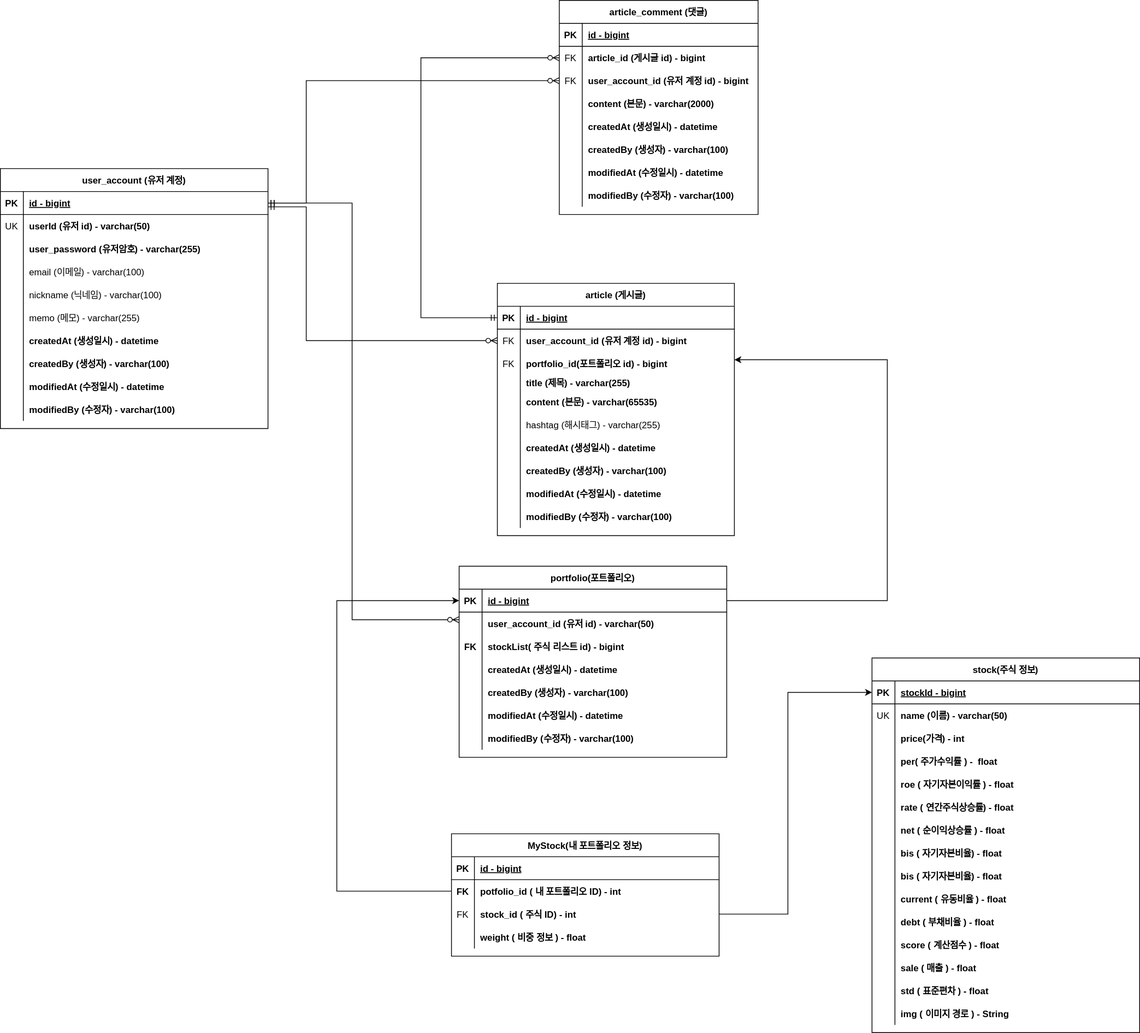
TeamJupoza/Jupoza keeps this draw.io diagram as document/jupoza-erd.svg. Above is the earlier version. Source tidied: cells renumbered, new cells last; positions are measured from the earlier drawing's top-left corner, leaving out a move shared by most shapes.
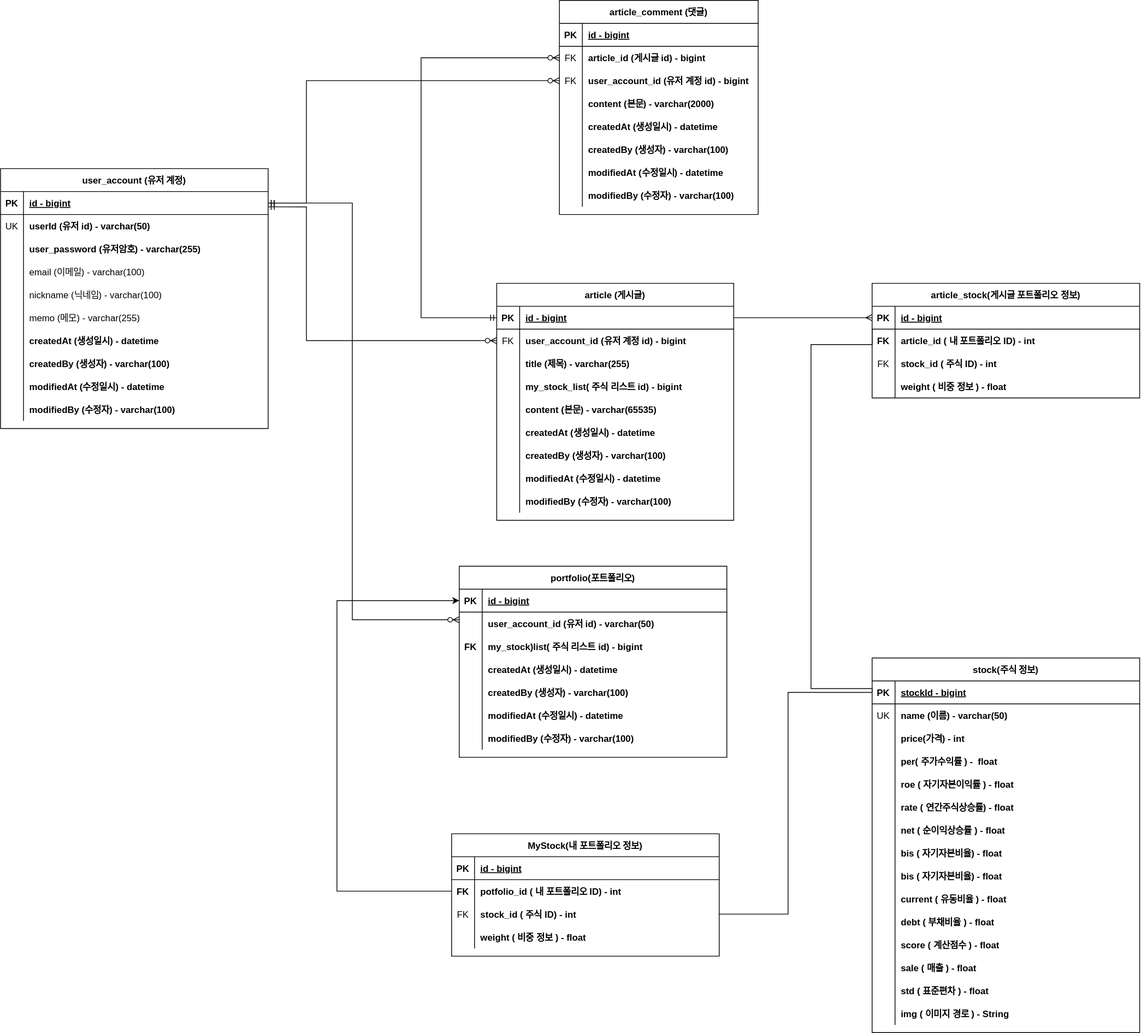
After the commit.

Commit message:
#44 - Article 기능에 필요한 도메인을 수정하고 erd에 반영

article 에 필요한 필드수정과
article에 stockList가 필요해 수정함

What changed in the source:
```diff
@@ -3,7 +3,7 @@
     <mxCell id="0" />
     <mxCell id="1" parent="0" />
     <mxCell id="2" value="article (게시글)" style="shape=table;startSize=30;rowLines=0;fontStyle=1;align=center;" parent="1" vertex="1">
-      <mxGeometry x="650" y="370" width="310" height="330" as="geometry" />
+      <mxGeometry x="649" y="370" width="310" height="310" as="geometry" />
     </mxCell>
     <mxCell id="3" style="shape=tableRow;horizontal=0;startSize=0;swimlaneHead=0;swimlaneBody=0;fillColor=none;points=[[0,0.5],[1,0.5]];portConstraint=eastwest;top=0;left=0;right=0;bottom=1;" parent="2" vertex="1">
       <mxGeometry y="30" width="310" height="30" as="geometry" />
@@ -23,26 +23,26 @@
     <mxCell id="8" value="user_account_id (유저 계정 id) - bigint" style="shape=partialRectangle;fillColor=none;top=0;left=0;bottom=0;right=0;align=left;spacingLeft=6;overflow=hidden;fontStyle=1;" parent="6" vertex="1">
       <mxGeometry x="30" width="280" height="30" as="geometry" />
     </mxCell>
-    <mxCell id="9" style="shape=tableRow;horizontal=0;startSize=0;swimlaneHead=0;swimlaneBody=0;fillColor=none;top=0;left=0;right=0;bottom=0;" parent="2" vertex="1">
-      <mxGeometry y="90" width="310" height="30" as="geometry" />
-    </mxCell>
-    <mxCell id="10" value="FK" style="shape=partialRectangle;fillColor=none;top=0;left=0;bottom=0;right=0;overflow=hidden;" parent="9" vertex="1">
-      <mxGeometry width="30" height="30" as="geometry" />
-    </mxCell>
-    <mxCell id="11" value="portfolio_id(포트폴리오 id) - bigint" style="shape=partialRectangle;fillColor=none;top=0;left=0;bottom=0;right=0;align=left;spacingLeft=6;overflow=hidden;fontStyle=1;" parent="9" vertex="1">
-      <mxGeometry x="30" width="280" height="30" as="geometry" />
-    </mxCell>
     <mxCell id="12" style="shape=tableRow;horizontal=0;startSize=0;swimlaneHead=0;swimlaneBody=0;fillColor=none;top=0;left=0;right=0;bottom=0;" parent="2" vertex="1">
-      <mxGeometry y="120" width="310" height="20" as="geometry" />
+      <mxGeometry y="90" width="310" height="30" as="geometry" />
     </mxCell>
     <mxCell id="13" style="shape=partialRectangle;fillColor=none;top=0;left=0;bottom=0;right=0;overflow=hidden;" parent="12" vertex="1">
-      <mxGeometry width="30" height="20" as="geometry" />
+      <mxGeometry width="30" height="30" as="geometry" />
     </mxCell>
     <mxCell id="14" value="title (제목) - varchar(255)" style="shape=partialRectangle;fillColor=none;top=0;left=0;bottom=0;right=0;align=left;spacingLeft=6;overflow=hidden;fontStyle=1;" parent="12" vertex="1">
-      <mxGeometry x="30" width="280" height="20" as="geometry" />
+      <mxGeometry x="30" width="280" height="30" as="geometry" />
     </mxCell>
+    <mxCell id="177" style="shape=tableRow;horizontal=0;startSize=0;swimlaneHead=0;swimlaneBody=0;fillColor=none;top=0;left=0;right=0;bottom=0;" parent="2" vertex="1">
+      <mxGeometry y="120" width="310" height="30" as="geometry" />
+    </mxCell>
+    <mxCell id="178" style="shape=partialRectangle;fillColor=none;top=0;left=0;bottom=0;right=0;overflow=hidden;" parent="177" vertex="1">
+      <mxGeometry width="30" height="30" as="geometry" />
+    </mxCell>
+    <mxCell id="179" value="my_stock_list( 주식 리스트 id) - bigint" style="shape=partialRectangle;fillColor=none;top=0;left=0;bottom=0;right=0;align=left;spacingLeft=6;overflow=hidden;fontStyle=1;" parent="177" vertex="1">
+      <mxGeometry x="30" width="280" height="30" as="geometry" />
+    </mxCell>
     <mxCell id="15" style="shape=tableRow;horizontal=0;startSize=0;swimlaneHead=0;swimlaneBody=0;fillColor=none;top=0;left=0;right=0;bottom=0;" parent="2" vertex="1">
-      <mxGeometry y="140" width="310" height="30" as="geometry" />
+      <mxGeometry y="150" width="310" height="30" as="geometry" />
     </mxCell>
     <mxCell id="16" style="shape=partialRectangle;fillColor=none;top=0;left=0;bottom=0;right=0;overflow=hidden;" parent="15" vertex="1">
       <mxGeometry width="30" height="30" as="geometry" />
@@ -50,17 +50,8 @@
     <mxCell id="17" value="content (본문) - varchar(65535)" style="shape=partialRectangle;fillColor=none;top=0;left=0;bottom=0;right=0;align=left;spacingLeft=6;overflow=hidden;fontStyle=1;" parent="15" vertex="1">
       <mxGeometry x="30" width="280" height="30" as="geometry" />
     </mxCell>
-    <mxCell id="18" style="shape=tableRow;horizontal=0;startSize=0;swimlaneHead=0;swimlaneBody=0;fillColor=none;top=0;left=0;right=0;bottom=0;" parent="2" vertex="1">
-      <mxGeometry y="170" width="310" height="30" as="geometry" />
-    </mxCell>
-    <mxCell id="19" style="shape=partialRectangle;fillColor=none;top=0;left=0;bottom=0;right=0;overflow=hidden;" parent="18" vertex="1">
-      <mxGeometry width="30" height="30" as="geometry" />
-    </mxCell>
-    <mxCell id="20" value="hashtag (해시태그) - varchar(255)" style="shape=partialRectangle;fillColor=none;top=0;left=0;bottom=0;right=0;align=left;spacingLeft=6;overflow=hidden;" parent="18" vertex="1">
-      <mxGeometry x="30" width="280" height="30" as="geometry" />
-    </mxCell>
     <mxCell id="21" style="shape=tableRow;horizontal=0;startSize=0;swimlaneHead=0;swimlaneBody=0;fillColor=none;top=0;left=0;right=0;bottom=0;" parent="2" vertex="1">
-      <mxGeometry y="200" width="310" height="30" as="geometry" />
+      <mxGeometry y="180" width="310" height="30" as="geometry" />
     </mxCell>
     <mxCell id="22" style="shape=partialRectangle;fillColor=none;top=0;left=0;bottom=0;right=0;overflow=hidden;" parent="21" vertex="1">
       <mxGeometry width="30" height="30" as="geometry" />
@@ -69,7 +60,7 @@
       <mxGeometry x="30" width="280" height="30" as="geometry" />
     </mxCell>
     <mxCell id="24" style="shape=tableRow;horizontal=0;startSize=0;swimlaneHead=0;swimlaneBody=0;fillColor=none;top=0;left=0;right=0;bottom=0;" parent="2" vertex="1">
-      <mxGeometry y="230" width="310" height="30" as="geometry" />
+      <mxGeometry y="210" width="310" height="30" as="geometry" />
     </mxCell>
     <mxCell id="25" style="shape=partialRectangle;fillColor=none;top=0;left=0;bottom=0;right=0;overflow=hidden;" parent="24" vertex="1">
       <mxGeometry width="30" height="30" as="geometry" />
@@ -78,7 +69,7 @@
       <mxGeometry x="30" width="280" height="30" as="geometry" />
     </mxCell>
     <mxCell id="27" style="shape=tableRow;horizontal=0;startSize=0;swimlaneHead=0;swimlaneBody=0;fillColor=none;top=0;left=0;right=0;bottom=0;" parent="2" vertex="1">
-      <mxGeometry y="260" width="310" height="30" as="geometry" />
+      <mxGeometry y="240" width="310" height="30" as="geometry" />
     </mxCell>
     <mxCell id="28" style="shape=partialRectangle;fillColor=none;top=0;left=0;bottom=0;right=0;overflow=hidden;" parent="27" vertex="1">
       <mxGeometry width="30" height="30" as="geometry" />
@@ -87,7 +78,7 @@
       <mxGeometry x="30" width="280" height="30" as="geometry" />
     </mxCell>
     <mxCell id="30" style="shape=tableRow;horizontal=0;startSize=0;swimlaneHead=0;swimlaneBody=0;fillColor=none;top=0;left=0;right=0;bottom=0;" parent="2" vertex="1">
-      <mxGeometry y="290" width="310" height="30" as="geometry" />
+      <mxGeometry y="270" width="310" height="30" as="geometry" />
     </mxCell>
     <mxCell id="31" style="shape=partialRectangle;fillColor=none;top=0;left=0;bottom=0;right=0;overflow=hidden;" parent="30" vertex="1">
       <mxGeometry width="30" height="30" as="geometry" />
@@ -307,7 +298,7 @@
     <mxCell id="99" value="FK" style="shape=partialRectangle;fillColor=none;top=0;left=0;bottom=0;right=0;overflow=hidden;fontStyle=1;" parent="98" vertex="1">
       <mxGeometry width="30" height="30" as="geometry" />
     </mxCell>
-    <mxCell id="100" value="stockList( 주식 리스트 id) - bigint" style="shape=partialRectangle;fillColor=none;top=0;left=0;bottom=0;right=0;align=left;spacingLeft=6;overflow=hidden;fontStyle=1;" parent="98" vertex="1">
+    <mxCell id="100" value="my_stock)list( 주식 리스트 id) - bigint" style="shape=partialRectangle;fillColor=none;top=0;left=0;bottom=0;right=0;align=left;spacingLeft=6;overflow=hidden;fontStyle=1;" parent="98" vertex="1">
       <mxGeometry x="30" width="320" height="30" as="geometry" />
     </mxCell>
     <mxCell id="101" style="shape=tableRow;horizontal=0;startSize=0;swimlaneHead=0;swimlaneBody=0;fillColor=none;top=0;left=0;right=0;bottom=0;" parent="91" vertex="1">
@@ -502,16 +493,6 @@
     <mxCell id="160" value="img ( 이미지 경로 ) - String" style="shape=partialRectangle;fillColor=none;top=0;left=0;bottom=0;right=0;align=left;spacingLeft=6;overflow=hidden;fontStyle=1;" parent="158" vertex="1">
       <mxGeometry x="30" width="320" height="30" as="geometry" />
     </mxCell>
-    <mxCell id="161" style="endArrow=classic;html=1;rounded=0;strokeColor=default;exitX=1;exitY=0.5;exitDx=0;exitDy=0;endFill=1;" parent="1" edge="1" source="92">
-      <mxGeometry relative="1" as="geometry">
-        <mxPoint x="960" y="470" as="targetPoint" />
-        <Array as="points">
-          <mxPoint x="1160" y="785" />
-          <mxPoint x="1160" y="600" />
-          <mxPoint x="1160" y="470" />
-        </Array>
-      </mxGeometry>
-    </mxCell>
     <mxCell id="162" value="MyStock(내 포트폴리오 정보)" style="shape=table;startSize=30;rowLines=0;fontStyle=1;align=center;" parent="1" vertex="1">
       <mxGeometry x="590" y="1090" width="350" height="160" as="geometry" />
     </mxCell>
@@ -560,7 +541,7 @@
         </Array>
       </mxGeometry>
     </mxCell>
-    <mxCell id="176" style="edgeStyle=orthogonalEdgeStyle;rounded=0;jettySize=auto;html=1;entryX=0;entryY=0.5;entryDx=0;entryDy=0;" parent="1" edge="1" source="169" target="116">
+    <mxCell id="176" style="edgeStyle=orthogonalEdgeStyle;rounded=0;jettySize=auto;html=1;entryX=0;entryY=0.5;entryDx=0;entryDy=0;endArrow=none;endFill=0;" parent="1" edge="1" source="169" target="116">
       <mxGeometry relative="1" as="geometry">
         <Array as="points">
           <mxPoint x="1030" y="1195" />
@@ -568,5 +549,63 @@
         </Array>
       </mxGeometry>
     </mxCell>
+    <mxCell id="180" value="article_stock(게시글 포트폴리오 정보)" style="shape=table;startSize=30;rowLines=0;fontStyle=1;align=center;" parent="1" vertex="1">
+      <mxGeometry x="1140" y="370" width="350" height="150" as="geometry" />
+    </mxCell>
+    <mxCell id="181" style="shape=tableRow;horizontal=0;startSize=0;swimlaneHead=0;swimlaneBody=0;fillColor=none;points=[[0,0.5],[1,0.5]];portConstraint=eastwest;top=0;left=0;right=0;bottom=1;" parent="180" vertex="1">
+      <mxGeometry y="30" width="350" height="30" as="geometry" />
+    </mxCell>
+    <mxCell id="182" value="PK" style="shape=partialRectangle;fillColor=none;top=0;left=0;bottom=0;right=0;fontStyle=1;overflow=hidden;" parent="181" vertex="1">
+      <mxGeometry width="30" height="30" as="geometry" />
+    </mxCell>
+    <mxCell id="183" value="id - bigint" style="shape=partialRectangle;fillColor=none;top=0;left=0;bottom=0;right=0;align=left;spacingLeft=6;fontStyle=5;overflow=hidden;" parent="181" vertex="1">
+      <mxGeometry x="30" width="320" height="30" as="geometry" />
+    </mxCell>
+    <mxCell id="184" style="shape=tableRow;horizontal=0;startSize=0;swimlaneHead=0;swimlaneBody=0;fillColor=none;top=0;left=0;right=0;bottom=0;" parent="180" vertex="1">
+      <mxGeometry y="60" width="350" height="30" as="geometry" />
+    </mxCell>
+    <mxCell id="185" value="FK" style="shape=partialRectangle;fillColor=none;top=0;left=0;bottom=0;right=0;overflow=hidden;fontStyle=1;" parent="184" vertex="1">
+      <mxGeometry width="30" height="30" as="geometry" />
+    </mxCell>
+    <mxCell id="186" value="article_id ( 내 포트폴리오 ID) - int    " style="shape=partialRectangle;fillColor=none;top=0;left=0;bottom=0;right=0;align=left;spacingLeft=6;overflow=hidden;fontStyle=1;" parent="184" vertex="1">
+      <mxGeometry x="30" width="320" height="30" as="geometry" />
+    </mxCell>
+    <mxCell id="187" style="shape=tableRow;horizontal=0;startSize=0;swimlaneHead=0;swimlaneBody=0;fillColor=none;top=0;left=0;right=0;bottom=0;" parent="180" vertex="1">
+      <mxGeometry y="90" width="350" height="30" as="geometry" />
+    </mxCell>
+    <mxCell id="10" value="FK" style="shape=partialRectangle;fillColor=none;top=0;left=0;bottom=0;right=0;overflow=hidden;" parent="187" vertex="1">
+      <mxGeometry width="30" height="30" as="geometry" />
+    </mxCell>
+    <mxCell id="188" value="stock_id ( 주식 ID) - int" style="shape=partialRectangle;fillColor=none;top=0;left=0;bottom=0;right=0;align=left;spacingLeft=6;overflow=hidden;fontStyle=1;" parent="187" vertex="1">
+      <mxGeometry x="30" width="320" height="30" as="geometry" />
+    </mxCell>
+    <mxCell id="189" style="shape=tableRow;horizontal=0;startSize=0;swimlaneHead=0;swimlaneBody=0;fillColor=none;top=0;left=0;right=0;bottom=0;" parent="180" vertex="1">
+      <mxGeometry y="120" width="350" height="30" as="geometry" />
+    </mxCell>
+    <mxCell id="190" style="shape=partialRectangle;fillColor=none;top=0;left=0;bottom=0;right=0;overflow=hidden;" parent="189" vertex="1">
+      <mxGeometry width="30" height="30" as="geometry" />
+    </mxCell>
+    <mxCell id="191" value="weight ( 비중 정보 ) - float" style="shape=partialRectangle;fillColor=none;top=0;left=0;bottom=0;right=0;align=left;spacingLeft=6;overflow=hidden;fontStyle=1;" parent="189" vertex="1">
+      <mxGeometry x="30" width="320" height="30" as="geometry" />
+    </mxCell>
+    <mxCell id="192" style="edgeStyle=orthogonalEdgeStyle;rounded=0;jettySize=auto;html=1;entryX=1;entryY=0.5;entryDx=0;entryDy=0;startArrow=ERmany;startFill=0;endArrow=none;endFill=0;" parent="1" edge="1" source="181" target="3">
+      <mxGeometry relative="1" as="geometry">
+        <Array as="points">
+          <mxPoint x="1010" y="415" />
+          <mxPoint x="1010" y="415" />
+        </Array>
+      </mxGeometry>
+    </mxCell>
+    <mxCell id="193" style="edgeStyle=orthogonalEdgeStyle;rounded=0;jettySize=auto;html=1;endArrow=none;endFill=0;exitX=0;exitY=0.5;exitDx=0;exitDy=0;" parent="1" edge="1" source="116">
+      <mxGeometry relative="1" as="geometry">
+        <mxPoint x="1140" y="430" as="targetPoint" />
+        <Array as="points">
+          <mxPoint x="1140" y="900" />
+          <mxPoint x="1060" y="900" />
+          <mxPoint x="1060" y="450" />
+          <mxPoint x="1140" y="450" />
+        </Array>
+      </mxGeometry>
+    </mxCell>
   </root>
 </mxGraphModel>
```
